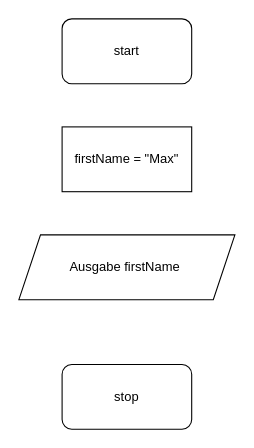
Hindax/01_Variablen keeps this draw.io diagram as pap.drawio. Above is the earlier version. Source tidied: cells renumbered, new cells numbered last; positions are measured from the earlier drawing's top-left corner, leaving out a move shared by most shapes. Both pictures are drawn from the tidied source at 108%, with x=0, y=0 at pixel (18, 18).
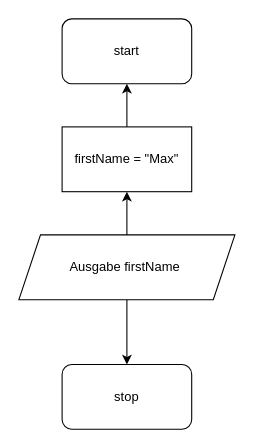
After the change.

What changed in the source:
```diff
@@
 <mxGraphModel>
   <root>
     <mxCell id="0" />
     <mxCell id="1" parent="0" />
     <mxCell id="2" value="start" style="rounded=1;whiteSpace=wrap;html=1;" parent="1" vertex="1">
       <mxGeometry x="40" width="120" height="60" as="geometry" />
     </mxCell>
     <mxCell id="3" value="stop" style="rounded=1;whiteSpace=wrap;html=1;" parent="1" vertex="1">
       <mxGeometry x="40" y="320" width="120" height="60" as="geometry" />
     </mxCell>
+    <mxCell id="6" style="edgeStyle=none;html=1;" parent="1" edge="1" source="4" target="2">
+      <mxGeometry relative="1" as="geometry" />
+    </mxCell>
     <mxCell id="4" value="firstName = &quot;Max&quot;" style="rounded=0;whiteSpace=wrap;html=1;" parent="1" vertex="1">
       <mxGeometry x="40" y="100" width="120" height="60" as="geometry" />
     </mxCell>
+    <mxCell id="7" style="edgeStyle=none;html=1;" parent="1" edge="1" source="5" target="4">
+      <mxGeometry relative="1" as="geometry" />
+    </mxCell>
+    <mxCell id="8" style="edgeStyle=none;html=1;" parent="1" edge="1" source="5" target="3">
+      <mxGeometry relative="1" as="geometry" />
+    </mxCell>
     <mxCell id="5" value="Ausgabe firstName&amp;nbsp;" style="shape=parallelogram;perimeter=parallelogramPerimeter;whiteSpace=wrap;html=1;fixedSize=1;" parent="1" vertex="1">
       <mxGeometry y="200" width="200" height="60" as="geometry" />
     </mxCell>
   </root>
 </mxGraphModel>
```
